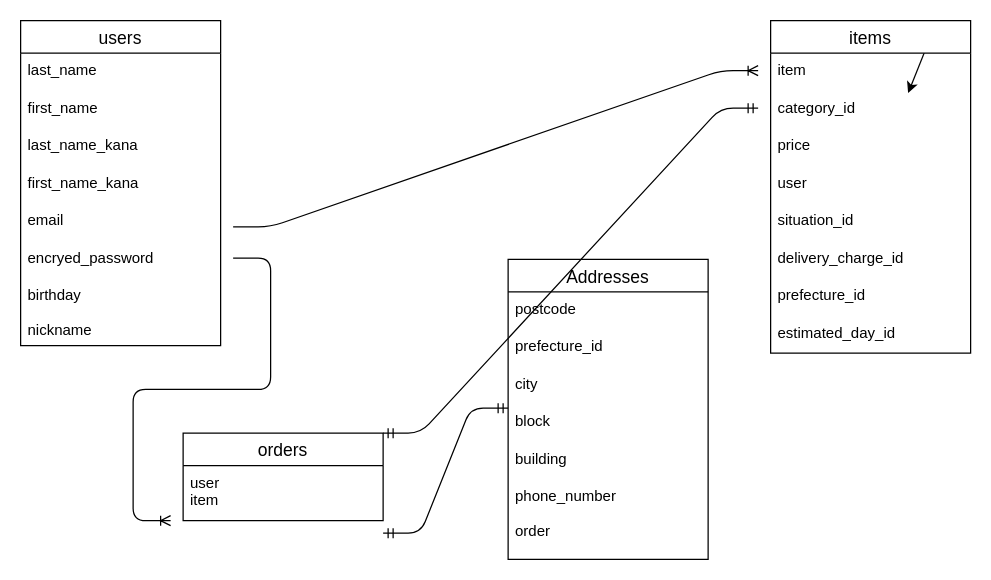
Earlier version of the draw.io diagram test.dio (ri0629/furima-39484). Source tidied: cells renumbered, new cells numbered last; positions are measured from the earlier drawing's top-left corner, leaving out a move shared by most shapes. Both pictures are drawn from the tidied source at 125%, with x=0, y=0 at pixel (20, 20).
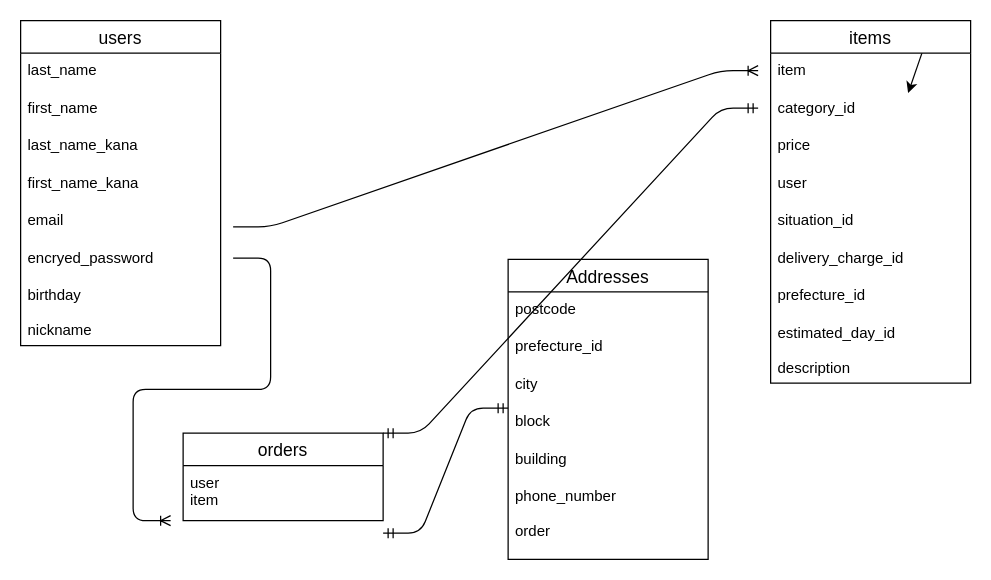
After the change.

Diff of the diagram source:
```diff
@@
     <mxCell id="11" value="items" style="swimlane;fontStyle=0;horizontal=1;startSize=26;align=center;fontSize=14;" parent="1" vertex="1">
-      <mxGeometry x="600" width="160" height="266" as="geometry" />
+      <mxGeometry x="600" width="160" height="290" as="geometry" />
     </mxCell>
@@
-    <mxCell id="19" value="estimated_day_id" style="text;strokeColor=none;fillColor=none;spacingLeft=4;spacingRight=4;overflow=hidden;fontSize=12;" parent="11" vertex="1">
-      <mxGeometry y="236" width="160" height="30" as="geometry" />
+    <mxCell id="19" value="estimated_day_id&#10;&#10;description" style="text;strokeColor=none;fillColor=none;spacingLeft=4;spacingRight=4;overflow=hidden;fontSize=12;" parent="11" vertex="1">
+      <mxGeometry y="236" width="160" height="54" as="geometry" />
     </mxCell>
```
